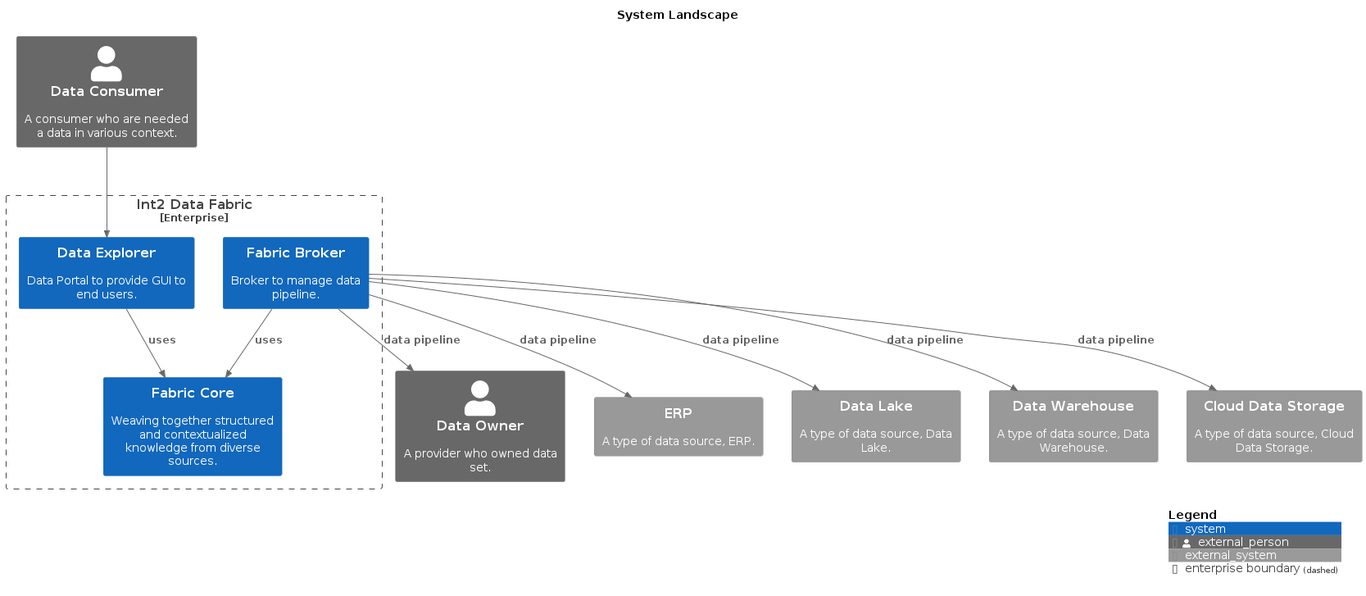
Above: master/png/SystemLandscape.png in IntellectusCorp/data-fabric-docs (PlantUML), before the change.
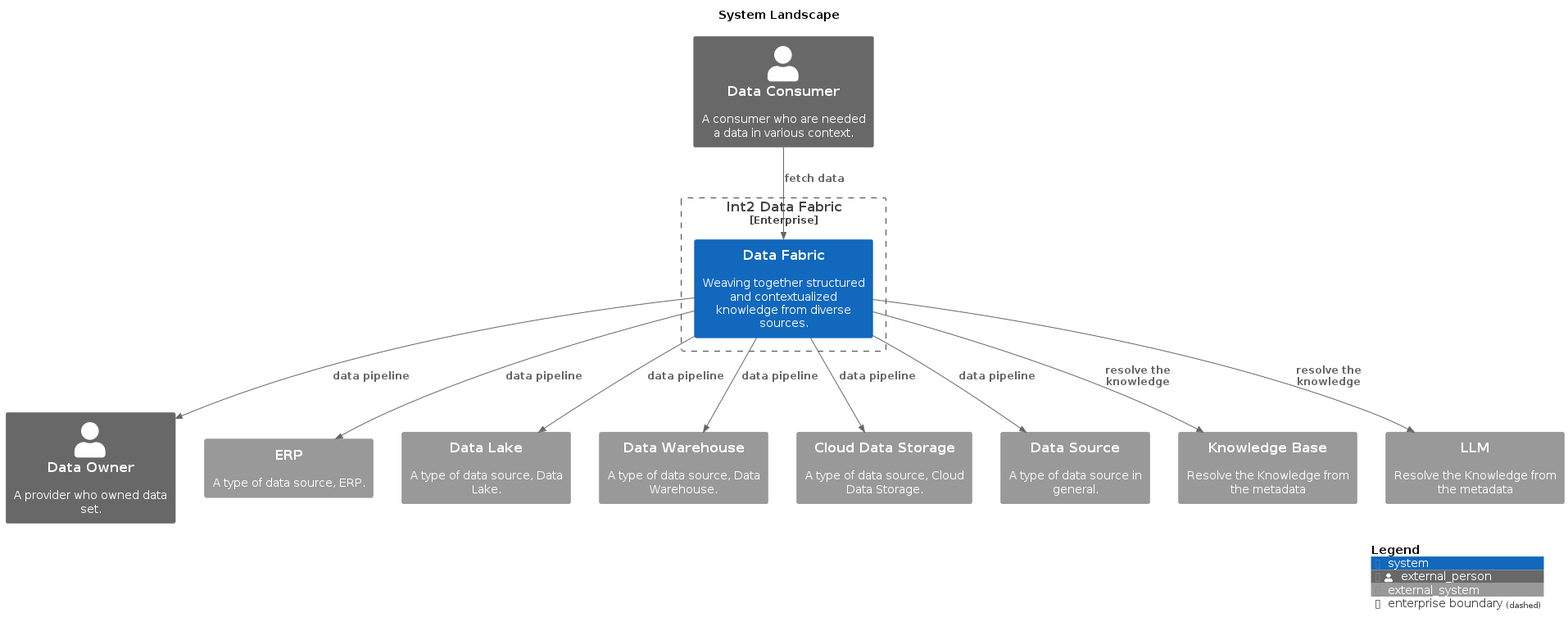
The same diagram one commit later.

The edit, as a diff of the source:
```diff
@@ -8,9 +8,7 @@
 !include <C4/C4_Context>
 
 Enterprise_Boundary(enterprise, "Int2 Data Fabric") {
-  System(DataExplorer, "Data Explorer", "Data Portal to provide GUI to end users.", $tags="")
-  System(FabricBroker, "Fabric Broker", "Broker to manage data pipeline.", $tags="")
-  System(FabricCore, "Fabric Core", "Weaving together structured and contextualized knowledge from diverse sources.", $tags="")
+  System(DataFabric, "Data Fabric", "Weaving together structured and contextualized knowledge from diverse sources.", $tags="")
 }
 
 Person_Ext(DataConsumer, "Data Consumer", "A consumer who are needed a data in various context.", $tags="")
@@ -19,15 +17,19 @@
 System_Ext(DataLake, "Data Lake", "A type of data source, Data Lake.", $tags="")
 System_Ext(DataWarehouse, "Data Warehouse", "A type of data source, Data Warehouse.", $tags="")
 System_Ext(CloudDataStorage, "Cloud Data Storage", "A type of data source, Cloud Data Storage.", $tags="")
+System_Ext(DataSource, "Data Source", "A type of data source in general.", $tags="")
+System_Ext(KnowledgeBase, "Knowledge Base", "Resolve the Knowledge from the metadata", $tags="")
+System_Ext(LLM, "LLM", "Resolve the Knowledge from the metadata", $tags="")
 
-Rel_D(DataConsumer, DataExplorer, "", $tags="")
-Rel_D(FabricBroker, DataOwner, "data pipeline", $tags="")
-Rel_D(FabricBroker, ERP, "data pipeline", $tags="")
-Rel_D(FabricBroker, DataLake, "data pipeline", $tags="")
-Rel_D(FabricBroker, DataWarehouse, "data pipeline", $tags="")
-Rel_D(FabricBroker, CloudDataStorage, "data pipeline", $tags="")
-Rel_D(DataExplorer, FabricCore, "uses", $tags="")
-Rel_D(FabricBroker, FabricCore, "uses", $tags="")
+Rel_D(DataConsumer, DataFabric, "fetch data", $tags="")
+Rel_D(DataFabric, KnowledgeBase, "resolve the knowledge", $tags="")
+Rel_D(DataFabric, LLM, "resolve the knowledge", $tags="")
+Rel_D(DataFabric, DataOwner, "data pipeline", $tags="")
+Rel_D(DataFabric, ERP, "data pipeline", $tags="")
+Rel_D(DataFabric, DataLake, "data pipeline", $tags="")
+Rel_D(DataFabric, DataWarehouse, "data pipeline", $tags="")
+Rel_D(DataFabric, CloudDataStorage, "data pipeline", $tags="")
+Rel_D(DataFabric, DataSource, "data pipeline", $tags="")
 
 SHOW_LEGEND(true)
 @enduml
```
